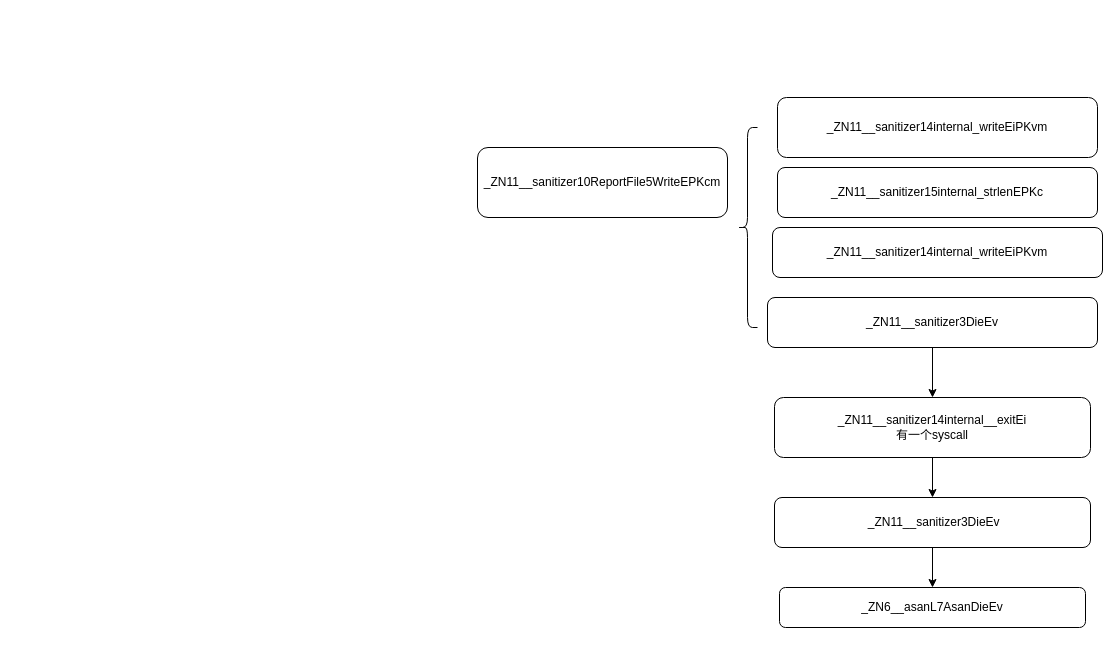
This is MindMap/未命名绘图.drawio from hourhl/Draw-io, a draw.io file, before an edit. Source tidied: cells renumbered, new cells numbered last; positions are measured from the earlier drawing's top-left corner, leaving out a move shared by most shapes. Both pictures are drawn from the tidied source at 100%, with x=0, y=0 at pixel (477, 97).
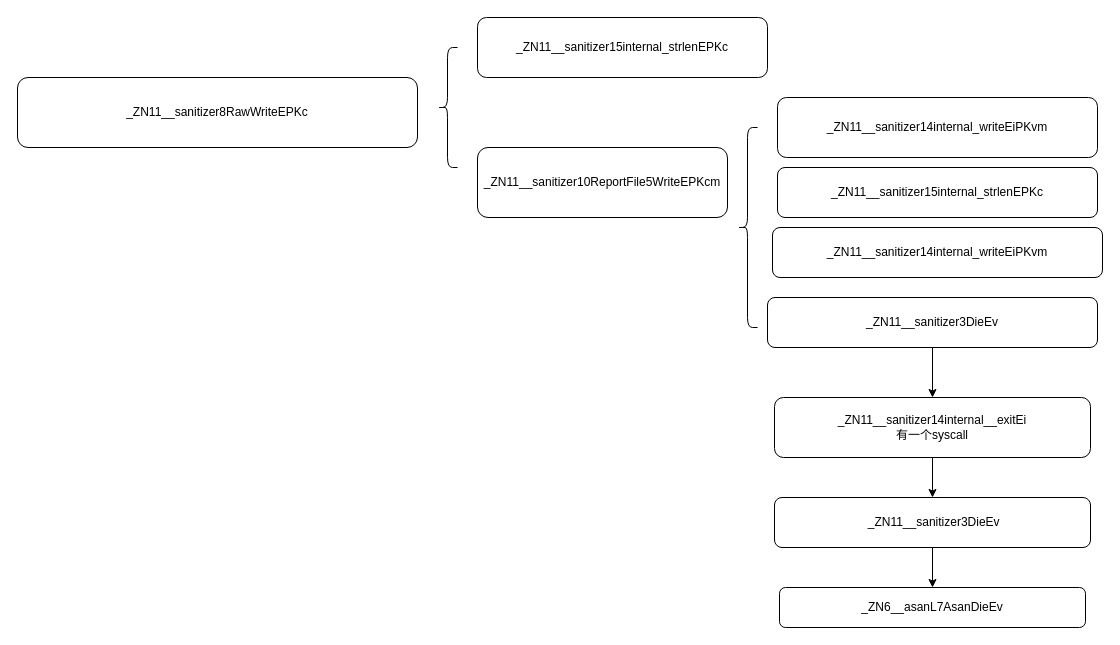
The same diagram, later.

Commit message (it also covers changes not shown here):
oss-trace-debug

The edit, as a diff of the source:
```diff
@@
 <mxGraphModel>
   <root>
     <mxCell id="0" />
     <mxCell id="1" parent="0" />
     <mxCell id="2" value="_ZN11__sanitizer10ReportFile5WriteEPKcm" style="rounded=1;whiteSpace=wrap;html=1;" parent="1" vertex="1">
       <mxGeometry y="50" width="250" height="70" as="geometry" />
     </mxCell>
     <mxCell id="3" style="shape=curlyBracket;whiteSpace=wrap;html=1;rounded=1;labelPosition=left;verticalLabelPosition=middle;align=right;verticalAlign=middle;size=0.5;" parent="1" vertex="1">
       <mxGeometry x="260" y="30" width="20" height="200" as="geometry" />
     </mxCell>
     <mxCell id="4" value="_ZN11__sanitizer14internal_writeEiPKvm" style="rounded=1;whiteSpace=wrap;html=1;" parent="1" vertex="1">
       <mxGeometry x="300" width="320" height="60" as="geometry" />
     </mxCell>
     <mxCell id="5" value="_ZN11__sanitizer15internal_strlenEPKc" style="rounded=1;whiteSpace=wrap;html=1;" parent="1" vertex="1">
       <mxGeometry x="300" y="70" width="320" height="50" as="geometry" />
     </mxCell>
     <mxCell id="6" value="_ZN11__sanitizer14internal_writeEiPKvm" style="rounded=1;whiteSpace=wrap;html=1;" parent="1" vertex="1">
       <mxGeometry x="295" y="130" width="330" height="50" as="geometry" />
     </mxCell>
     <mxCell id="7" style="edgeStyle=orthogonalEdgeStyle;rounded=0;jettySize=auto;html=1;" parent="1" edge="1" source="8" target="10">
       <mxGeometry relative="1" as="geometry" />
     </mxCell>
     <mxCell id="8" value="_ZN11__sanitizer3DieEv" style="rounded=1;whiteSpace=wrap;html=1;" parent="1" vertex="1">
       <mxGeometry x="290" y="200" width="330" height="50" as="geometry" />
     </mxCell>
     <mxCell id="9" style="edgeStyle=orthogonalEdgeStyle;rounded=0;jettySize=auto;html=1;" parent="1" edge="1" source="10" target="12">
       <mxGeometry relative="1" as="geometry" />
     </mxCell>
     <mxCell id="10" value="_ZN11__sanitizer14internal__exitEi&lt;div&gt;有一个syscall&lt;/div&gt;" style="rounded=1;whiteSpace=wrap;html=1;" parent="1" vertex="1">
       <mxGeometry x="297" y="300" width="316" height="60" as="geometry" />
     </mxCell>
     <mxCell id="11" style="edgeStyle=orthogonalEdgeStyle;rounded=0;jettySize=auto;html=1;" parent="1" edge="1" source="12" target="13">
       <mxGeometry relative="1" as="geometry" />
     </mxCell>
     <mxCell id="12" value="&amp;nbsp;_ZN11__sanitizer3DieEv" style="rounded=1;whiteSpace=wrap;html=1;" parent="1" vertex="1">
       <mxGeometry x="297" y="400" width="316" height="50" as="geometry" />
     </mxCell>
     <mxCell id="13" value="_ZN6__asanL7AsanDieEv" style="rounded=1;whiteSpace=wrap;html=1;" parent="1" vertex="1">
       <mxGeometry x="302" y="490" width="306" height="40" as="geometry" />
     </mxCell>
+    <mxCell id="14" value="_ZN11__sanitizer8RawWriteEPKc" style="rounded=1;whiteSpace=wrap;html=1;" parent="1" vertex="1">
+      <mxGeometry x="-460" y="-20" width="400" height="70" as="geometry" />
+    </mxCell>
+    <mxCell id="15" style="shape=curlyBracket;whiteSpace=wrap;html=1;rounded=1;labelPosition=left;verticalLabelPosition=middle;align=right;verticalAlign=middle;" parent="1" vertex="1">
+      <mxGeometry x="-40" y="-50" width="20" height="120" as="geometry" />
+    </mxCell>
+    <mxCell id="16" value="_ZN11__sanitizer15internal_strlenEPKc" style="rounded=1;whiteSpace=wrap;html=1;" parent="1" vertex="1">
+      <mxGeometry y="-80" width="290" height="60" as="geometry" />
+    </mxCell>
   </root>
 </mxGraphModel>
```
